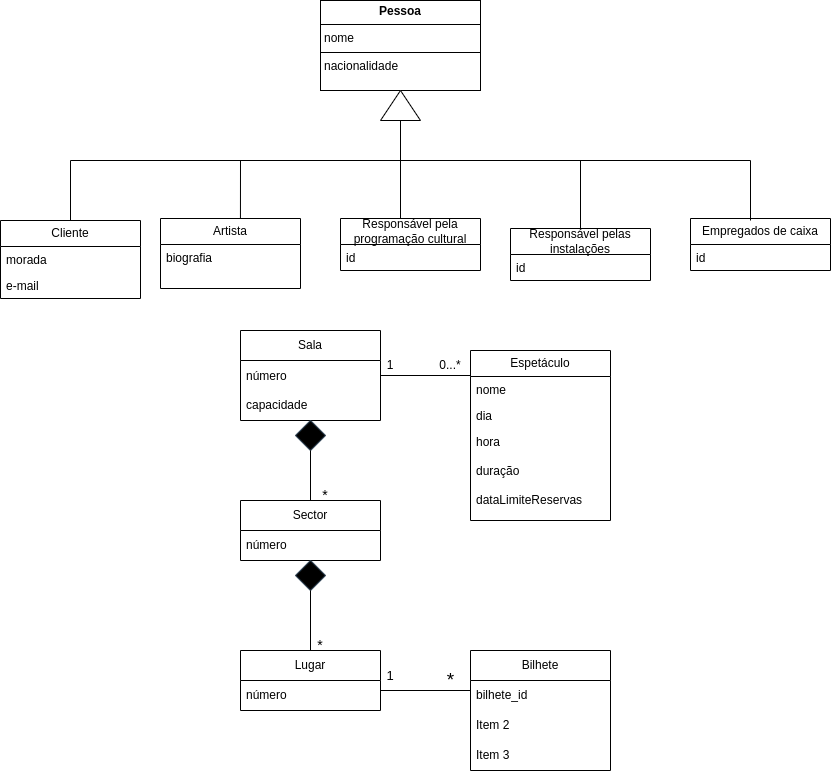
Earlier version of the draw.io export UML_Classes.drawio.png (leorsd/ESOF_UML). Source tidied: cells renumbered, new cells last; positions are measured from the earlier drawing's top-left corner, leaving out a move shared by most shapes.
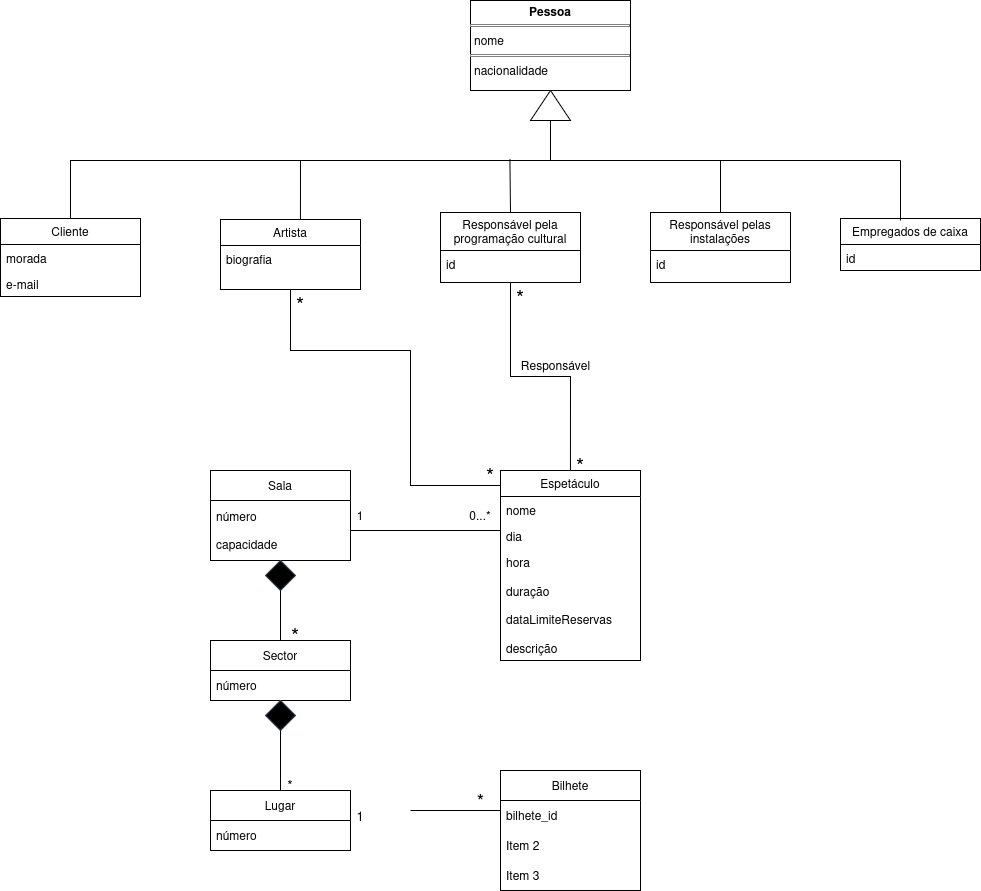
The same file after the commit.

What changed in the source:
```diff
@@ -3,63 +3,63 @@
     <mxCell id="0" />
     <mxCell id="1" parent="0" />
     <mxCell id="2" value="Artista" style="swimlane;fontStyle=0;horizontal=1;startSize=26;fillColor=none;whiteSpace=wrap;html=1;" parent="1" vertex="1">
-      <mxGeometry x="160" y="218" width="140" height="70" as="geometry" />
+      <mxGeometry x="70" y="219" width="140" height="70" as="geometry" />
     </mxCell>
     <mxCell id="3" value="&lt;div&gt;biografia&lt;/div&gt;" style="text;strokeColor=none;fillColor=none;align=left;verticalAlign=top;spacingLeft=4;spacingRight=4;overflow=hidden;whiteSpace=wrap;html=1;" parent="2" vertex="1">
       <mxGeometry y="26" width="140" height="44" as="geometry" />
     </mxCell>
     <mxCell id="4" value="Sala" style="swimlane;fontStyle=0;horizontal=1;startSize=30;whiteSpace=wrap;html=1;" parent="1" vertex="1">
-      <mxGeometry x="240" y="330" width="140" height="90" as="geometry" />
+      <mxGeometry x="60" y="470" width="140" height="90" as="geometry" />
     </mxCell>
     <mxCell id="5" value="número&lt;div&gt;&lt;div&gt;&lt;br&gt;&lt;/div&gt;&lt;div&gt;capacidade&lt;/div&gt;&lt;/div&gt;" style="text;strokeColor=none;fillColor=none;align=left;verticalAlign=middle;spacingLeft=4;spacingRight=4;overflow=hidden;whiteSpace=wrap;html=1;" parent="4" vertex="1">
       <mxGeometry y="30" width="140" height="60" as="geometry" />
     </mxCell>
     <mxCell id="6" value="Sector" style="swimlane;fontStyle=0;horizontal=1;startSize=30;whiteSpace=wrap;html=1;" parent="1" vertex="1">
-      <mxGeometry x="240" y="500" width="140" height="60" as="geometry" />
+      <mxGeometry x="60" y="640" width="140" height="60" as="geometry" />
     </mxCell>
     <mxCell id="7" value="número" style="text;strokeColor=none;fillColor=none;align=left;verticalAlign=middle;spacingLeft=4;spacingRight=4;overflow=hidden;whiteSpace=wrap;html=1;" parent="6" vertex="1">
       <mxGeometry y="30" width="140" height="30" as="geometry" />
     </mxCell>
     <mxCell id="8" style="rhombus;whiteSpace=wrap;html=1;strokeColor=#314354;fillColor=#000000;fontColor=#ffffff;" parent="1" vertex="1">
-      <mxGeometry x="295" y="420" width="30" height="30" as="geometry" />
+      <mxGeometry x="115" y="560" width="30" height="30" as="geometry" />
     </mxCell>
     <mxCell id="9" style="endArrow=none;html=1;rounded=0;entryX=0.5;entryY=1;entryDx=0;entryDy=0;" parent="1" edge="1" target="8">
       <mxGeometry relative="1" as="geometry">
-        <mxPoint x="310" y="500" as="sourcePoint" />
+        <mxPoint x="130" y="640" as="sourcePoint" />
       </mxGeometry>
     </mxCell>
     <mxCell id="10" value="1" style="text;html=1;align=center;verticalAlign=middle;whiteSpace=wrap;rounded=0;" parent="1" vertex="1">
-      <mxGeometry x="360" y="350" width="60" height="30" as="geometry" />
+      <mxGeometry x="180" y="500" width="60" height="30" as="geometry" />
     </mxCell>
     <mxCell id="11" value="Lugar" style="swimlane;fontStyle=0;horizontal=1;startSize=30;whiteSpace=wrap;html=1;" parent="1" vertex="1">
-      <mxGeometry x="240" y="650" width="140" height="60" as="geometry" />
+      <mxGeometry x="60" y="790" width="140" height="60" as="geometry" />
     </mxCell>
     <mxCell id="12" value="número" style="text;strokeColor=none;fillColor=none;align=left;verticalAlign=middle;spacingLeft=4;spacingRight=4;overflow=hidden;whiteSpace=wrap;html=1;" parent="11" vertex="1">
       <mxGeometry y="30" width="140" height="30" as="geometry" />
     </mxCell>
     <mxCell id="13" style="rhombus;whiteSpace=wrap;html=1;strokeColor=#314354;fillColor=#000000;fontColor=#ffffff;" parent="1" vertex="1">
-      <mxGeometry x="295" y="560" width="30" height="30" as="geometry" />
+      <mxGeometry x="115" y="700" width="30" height="30" as="geometry" />
     </mxCell>
     <mxCell id="14" style="endArrow=none;html=1;rounded=0;entryX=0.5;entryY=1;entryDx=0;entryDy=0;" parent="1" edge="1" source="11" target="13">
       <mxGeometry relative="1" as="geometry" />
     </mxCell>
     <mxCell id="15" value="&lt;font style=&quot;font-size: 14px;&quot;&gt;*&lt;/font&gt;" style="text;html=1;align=center;verticalAlign=middle;whiteSpace=wrap;rounded=0;" parent="1" vertex="1">
-      <mxGeometry x="290" y="630" width="60" height="30" as="geometry" />
+      <mxGeometry x="110" y="770" width="60" height="30" as="geometry" />
     </mxCell>
     <mxCell id="16" value="Espetáculo" style="swimlane;fontStyle=0;horizontal=1;startSize=26;fillColor=none;whiteSpace=wrap;html=1;" parent="1" vertex="1">
-      <mxGeometry x="470" y="350" width="140" height="170" as="geometry" />
+      <mxGeometry x="350" y="470" width="140" height="190" as="geometry" />
     </mxCell>
-    <mxCell id="17" value="nome" style="text;strokeColor=none;fillColor=none;align=left;verticalAlign=top;spacingLeft=4;spacingRight=4;overflow=hidden;whiteSpace=wrap;html=1;" parent="16" vertex="1">
+    <mxCell id="17" value="&lt;div&gt;nome&lt;/div&gt;" style="text;strokeColor=none;fillColor=none;align=left;verticalAlign=top;spacingLeft=4;spacingRight=4;overflow=hidden;whiteSpace=wrap;html=1;" parent="16" vertex="1">
       <mxGeometry y="26" width="140" height="26" as="geometry" />
     </mxCell>
     <mxCell id="18" value="dia" style="text;strokeColor=none;fillColor=none;align=left;verticalAlign=top;spacingLeft=4;spacingRight=4;overflow=hidden;whiteSpace=wrap;html=1;" parent="16" vertex="1">
       <mxGeometry y="52" width="140" height="26" as="geometry" />
     </mxCell>
-    <mxCell id="19" value="&lt;div&gt;hora&lt;/div&gt;&lt;div&gt;&lt;br&gt;&lt;/div&gt;&lt;div&gt;duração&lt;/div&gt;&lt;div&gt;&lt;br&gt;&lt;/div&gt;&lt;div&gt;dataLimiteReservas&lt;/div&gt;" style="text;strokeColor=none;fillColor=none;align=left;verticalAlign=top;spacingLeft=4;spacingRight=4;overflow=hidden;whiteSpace=wrap;html=1;" parent="16" vertex="1">
-      <mxGeometry y="78" width="140" height="92" as="geometry" />
+    <mxCell id="19" value="&lt;div&gt;hora&lt;/div&gt;&lt;div&gt;&lt;br&gt;&lt;/div&gt;&lt;div&gt;duração&lt;/div&gt;&lt;div&gt;&lt;br&gt;&lt;/div&gt;&lt;div&gt;dataLimiteReservas&lt;/div&gt;&lt;div&gt;&lt;br&gt;&lt;/div&gt;&lt;div&gt;descrição&lt;/div&gt;" style="text;strokeColor=none;fillColor=none;align=left;verticalAlign=top;spacingLeft=4;spacingRight=4;overflow=hidden;whiteSpace=wrap;html=1;" parent="16" vertex="1">
+      <mxGeometry y="78" width="140" height="112" as="geometry" />
     </mxCell>
     <mxCell id="20" value="Cliente" style="swimlane;fontStyle=0;horizontal=1;startSize=26;fillColor=none;whiteSpace=wrap;html=1;" parent="1" vertex="1">
-      <mxGeometry y="220" width="140" height="78" as="geometry" />
+      <mxGeometry x="-150" y="218" width="140" height="78" as="geometry" />
     </mxCell>
     <mxCell id="21" value="morada" style="text;strokeColor=none;fillColor=none;align=left;verticalAlign=top;spacingLeft=4;spacingRight=4;overflow=hidden;whiteSpace=wrap;html=1;" parent="20" vertex="1">
       <mxGeometry y="26" width="140" height="26" as="geometry" />
@@ -70,10 +70,10 @@
     <mxCell id="23" value="&lt;p style=&quot;margin:0px;margin-top:4px;text-align:center;&quot;&gt;&lt;b&gt;Pessoa&lt;/b&gt;&lt;/p&gt;&lt;hr size=&quot;1&quot; style=&quot;border-style:solid;&quot;&gt;&lt;p style=&quot;margin:0px;margin-left:4px;&quot;&gt;nome&lt;/p&gt;&lt;hr size=&quot;1&quot; style=&quot;border-style:solid;&quot;&gt;&lt;p style=&quot;margin:0px;margin-left:4px;&quot;&gt;nacionalidade&lt;/p&gt;" style="verticalAlign=top;align=left;overflow=fill;html=1;whiteSpace=wrap;" parent="1" vertex="1">
       <mxGeometry x="320" width="160" height="90" as="geometry" />
     </mxCell>
-    <mxCell id="24" style="endArrow=none;html=1;rounded=0;entryX=0.5;entryY=1;entryDx=0;entryDy=0;" parent="1" edge="1">
+    <mxCell id="24" style="endArrow=none;html=1;rounded=0;exitX=0.839;exitY=0.976;exitDx=0;exitDy=0;exitPerimeter=0;" parent="1" edge="1">
       <mxGeometry relative="1" as="geometry">
-        <mxPoint x="470" y="375" as="sourcePoint" />
-        <mxPoint x="380" y="375" as="targetPoint" />
+        <mxPoint x="350" y="530" as="sourcePoint" />
+        <mxPoint x="200" y="530" as="targetPoint" />
       </mxGeometry>
     </mxCell>
     <mxCell id="25" value="Empregados de caixa" style="swimlane;fontStyle=0;horizontal=1;startSize=26;fillColor=none;whiteSpace=wrap;html=1;" parent="1" vertex="1">
@@ -82,20 +82,23 @@
     <mxCell id="26" value="id" style="text;strokeColor=none;fillColor=none;align=left;verticalAlign=top;spacingLeft=4;spacingRight=4;overflow=hidden;whiteSpace=wrap;html=1;" parent="25" vertex="1">
       <mxGeometry y="26" width="140" height="26" as="geometry" />
     </mxCell>
-    <mxCell id="27" value="Responsável pelas instalações" style="swimlane;fontStyle=0;horizontal=1;startSize=26;fillColor=none;whiteSpace=wrap;html=1;" parent="1" vertex="1">
-      <mxGeometry x="510" y="228" width="140" height="52" as="geometry" />
+    <mxCell id="27" value="Responsável pelas instalações" style="swimlane;fontStyle=0;horizontal=1;startSize=38;fillColor=none;whiteSpace=wrap;html=1;" parent="1" vertex="1">
+      <mxGeometry x="500" y="212" width="140" height="70" as="geometry" />
     </mxCell>
     <mxCell id="28" value="id" style="text;strokeColor=none;fillColor=none;align=left;verticalAlign=top;spacingLeft=4;spacingRight=4;overflow=hidden;whiteSpace=wrap;html=1;" parent="27" vertex="1">
-      <mxGeometry y="26" width="140" height="26" as="geometry" />
+      <mxGeometry y="38" width="140" height="32" as="geometry" />
     </mxCell>
+    <mxCell id="47" style="edgeStyle=orthogonalEdgeStyle;rounded=0;jettySize=auto;html=1;entryX=0.5;entryY=0;entryDx=0;entryDy=0;endArrow=none;startFill=0;" parent="1" edge="1" source="29" target="16">
+      <mxGeometry relative="1" as="geometry" />
+    </mxCell>
-    <mxCell id="29" value="Responsável pela programação cultural" style="swimlane;fontStyle=0;horizontal=1;startSize=26;fillColor=none;whiteSpace=wrap;html=1;" parent="1" vertex="1">
-      <mxGeometry x="340" y="218" width="140" height="52" as="geometry" />
+    <mxCell id="29" value="&lt;div&gt;Responsável pela &lt;br&gt;&lt;/div&gt;&lt;div&gt;programação cultural&lt;/div&gt;" style="swimlane;fontStyle=0;horizontal=1;startSize=38;fillColor=none;whiteSpace=wrap;html=1;" parent="1" vertex="1">
+      <mxGeometry x="290" y="212" width="140" height="70" as="geometry" />
     </mxCell>
     <mxCell id="30" value="id" style="text;strokeColor=none;fillColor=none;align=left;verticalAlign=top;spacingLeft=4;spacingRight=4;overflow=hidden;whiteSpace=wrap;html=1;" parent="29" vertex="1">
-      <mxGeometry y="26" width="140" height="26" as="geometry" />
+      <mxGeometry y="38" width="140" height="32" as="geometry" />
     </mxCell>
     <mxCell id="31" value="Bilhete" style="swimlane;fontStyle=0;horizontal=1;startSize=30;whiteSpace=wrap;html=1;" parent="1" vertex="1">
-      <mxGeometry x="470" y="650" width="140" height="120" as="geometry" />
+      <mxGeometry x="350" y="770" width="140" height="120" as="geometry" />
     </mxCell>
     <mxCell id="32" value="bilhete_id" style="text;strokeColor=none;fillColor=none;align=left;verticalAlign=middle;spacingLeft=4;spacingRight=4;overflow=hidden;whiteSpace=wrap;html=1;" parent="31" vertex="1">
       <mxGeometry y="30" width="140" height="30" as="geometry" />
@@ -109,20 +112,20 @@
     <mxCell id="35" style="triangle;whiteSpace=wrap;html=1;rotation=-180;direction=south;" parent="1" vertex="1">
       <mxGeometry x="380" y="90" width="40" height="30" as="geometry" />
     </mxCell>
-    <mxCell id="36" value="0...*" style="text;html=1;align=center;verticalAlign=middle;whiteSpace=wrap;rounded=0;" parent="1" vertex="1">
-      <mxGeometry x="420" y="350" width="60" height="30" as="geometry" />
+    <mxCell id="36" value="0...*" style="text;html=1;align=center;verticalAlign=middle;whiteSpace=wrap;rounded=0;rotation=0;" parent="1" vertex="1">
+      <mxGeometry x="300" y="500" width="60" height="30" as="geometry" />
     </mxCell>
     <mxCell id="37" style="endArrow=none;html=1;rounded=0;entryX=0;entryY=0.5;entryDx=0;entryDy=0;exitX=0.5;exitY=0;exitDx=0;exitDy=0;" parent="1" edge="1" source="20" target="35">
       <mxGeometry relative="1" as="geometry">
         <Array as="points">
-          <mxPoint x="70" y="160" />
+          <mxPoint x="-80" y="160" />
           <mxPoint x="400" y="160" />
         </Array>
       </mxGeometry>
     </mxCell>
     <mxCell id="38" style="endArrow=none;html=1;rounded=0;exitX=0.571;exitY=0;exitDx=0;exitDy=0;exitPerimeter=0;" parent="1" edge="1" source="2">
       <mxGeometry relative="1" as="geometry">
-        <mxPoint x="240" y="160" as="targetPoint" />
+        <mxPoint x="150" y="160" as="targetPoint" />
       </mxGeometry>
     </mxCell>
     <mxCell id="39" style="endArrow=none;html=1;rounded=0;" parent="1" edge="1">
@@ -133,7 +136,7 @@
     </mxCell>
     <mxCell id="40" style="endArrow=none;html=1;rounded=0;exitX=0.5;exitY=0;exitDx=0;exitDy=0;" parent="1" edge="1" source="27">
       <mxGeometry relative="1" as="geometry">
-        <mxPoint x="580" y="160" as="targetPoint" />
+        <mxPoint x="570" y="160" as="targetPoint" />
       </mxGeometry>
     </mxCell>
     <mxCell id="41" style="endArrow=none;html=1;rounded=0;exitX=0.5;exitY=0;exitDx=0;exitDy=0;" parent="1" edge="1">
@@ -142,26 +145,50 @@
         <mxPoint x="750" y="160" as="targetPoint" />
       </mxGeometry>
     </mxCell>
-    <mxCell id="42" style="endArrow=none;html=1;rounded=0;exitX=0.5;exitY=0;exitDx=0;exitDy=0;" parent="1" edge="1">
+    <mxCell id="42" style="endArrow=none;html=1;rounded=0;exitX=0.5;exitY=0;exitDx=0;exitDy=0;" parent="1" edge="1" source="29">
       <mxGeometry relative="1" as="geometry">
-        <mxPoint x="400" y="218" as="sourcePoint" />
-        <mxPoint x="400" y="158" as="targetPoint" />
+        <mxPoint x="359.4" y="159" as="targetPoint" />
       </mxGeometry>
     </mxCell>
     <mxCell id="43" style="endArrow=none;html=1;rounded=0;exitX=1;exitY=0;exitDx=0;exitDy=0;exitPerimeter=0;entryX=0;entryY=0.25;entryDx=0;entryDy=0;" parent="1" edge="1">
       <mxGeometry relative="1" as="geometry">
-        <mxPoint x="380" y="690" as="sourcePoint" />
-        <mxPoint x="470" y="690" as="targetPoint" />
+        <mxPoint x="260" y="810" as="sourcePoint" />
+        <mxPoint x="350" y="810" as="targetPoint" />
       </mxGeometry>
     </mxCell>
-    <mxCell id="44" value="&lt;font style=&quot;font-size: 14px;&quot;&gt;*&lt;/font&gt;" style="text;html=1;align=center;verticalAlign=middle;whiteSpace=wrap;rounded=0;" parent="1" vertex="1">
-      <mxGeometry x="295" y="480" width="60" height="30" as="geometry" />
+    <mxCell id="44" value="&lt;font&gt;*&lt;/font&gt;" style="text;html=1;align=center;verticalAlign=middle;whiteSpace=wrap;rounded=0;fontSize=21;" parent="1" vertex="1">
+      <mxGeometry x="115" y="620" width="60" height="30" as="geometry" />
     </mxCell>
     <mxCell id="45" value="&lt;font style=&quot;font-size: 13px;&quot;&gt;1&lt;/font&gt;" style="text;html=1;align=center;verticalAlign=middle;whiteSpace=wrap;rounded=0;" parent="1" vertex="1">
-      <mxGeometry x="360" y="660" width="60" height="30" as="geometry" />
+      <mxGeometry x="180" y="800" width="60" height="30" as="geometry" />
     </mxCell>
     <mxCell id="46" value="&lt;font style=&quot;font-size: 19px;&quot;&gt;*&lt;/font&gt;" style="text;html=1;align=center;verticalAlign=middle;strokeColor=none;fillColor=none;" parent="1" vertex="1">
-      <mxGeometry x="380" y="660" width="140" height="40" as="geometry" />
+      <mxGeometry x="260" y="780" width="140" height="40" as="geometry" />
     </mxCell>
+    <mxCell id="48" value="Responsável " style="text;html=1;align=center;verticalAlign=middle;strokeColor=none;fillColor=none;" parent="1" vertex="1">
+      <mxGeometry x="360" y="350" width="90" height="30" as="geometry" />
+    </mxCell>
+    <mxCell id="49" style="rounded=0;jettySize=auto;html=1;entryX=0.5;entryY=1;entryDx=0;entryDy=0;endArrow=none;startFill=0;" parent="1" edge="1" target="2">
+      <mxGeometry relative="1" as="geometry">
+        <mxPoint x="350" y="485" as="sourcePoint" />
+        <Array as="points">
+          <mxPoint x="260" y="485" />
+          <mxPoint x="260" y="350" />
+          <mxPoint x="140" y="350" />
+        </Array>
+      </mxGeometry>
+    </mxCell>
+    <mxCell id="50" value="&lt;font&gt;*&lt;/font&gt;" style="text;html=1;align=center;verticalAlign=middle;whiteSpace=wrap;rounded=0;fontSize=21;" parent="1" vertex="1">
+      <mxGeometry x="120" y="289" width="60" height="30" as="geometry" />
+    </mxCell>
+    <mxCell id="51" value="&lt;font&gt;*&lt;/font&gt;" style="text;html=1;align=center;verticalAlign=middle;whiteSpace=wrap;rounded=0;fontSize=21;" parent="1" vertex="1">
+      <mxGeometry x="310" y="460" width="60" height="30" as="geometry" />
+    </mxCell>
+    <mxCell id="52" value="&lt;font&gt;*&lt;/font&gt;" style="text;html=1;align=center;verticalAlign=middle;whiteSpace=wrap;rounded=0;fontSize=21;" parent="1" vertex="1">
+      <mxGeometry x="400" y="450" width="60" height="30" as="geometry" />
+    </mxCell>
+    <mxCell id="53" value="&lt;font&gt;*&lt;/font&gt;" style="text;html=1;align=center;verticalAlign=middle;whiteSpace=wrap;rounded=0;fontSize=21;" parent="1" vertex="1">
+      <mxGeometry x="340" y="282" width="60" height="30" as="geometry" />
+    </mxCell>
   </root>
 </mxGraphModel>
```
